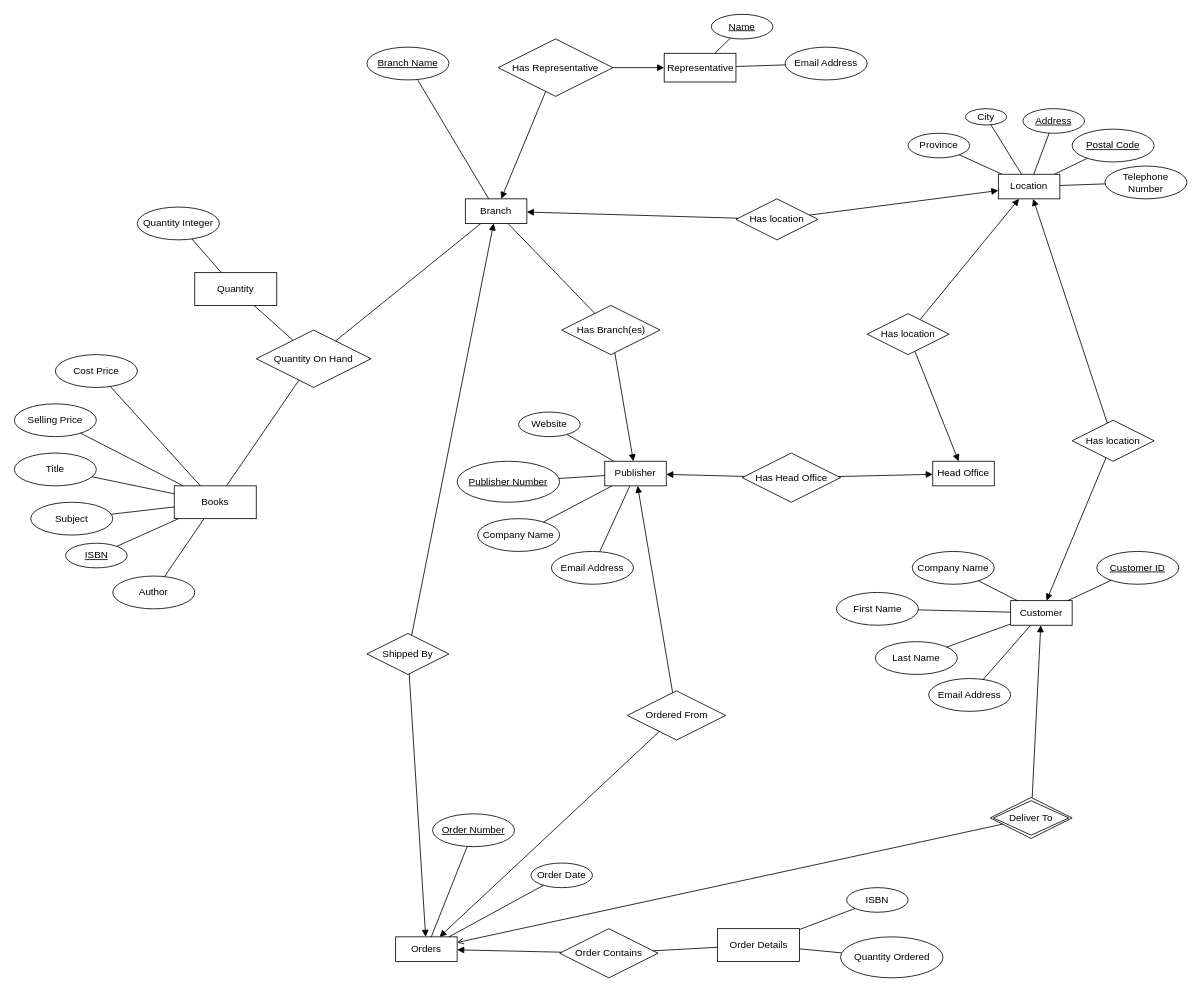
Above: ER-diagram.drawio in gordonpn/comp353-warmup-project (draw.io), before the change. Source tidied: cells renumbered, new cells numbered last; positions are measured from the earlier drawing's top-left corner, leaving out a move shared by most shapes. Both pictures are drawn from the tidied source at 82%, with x=0, y=0 at pixel (14, 14).
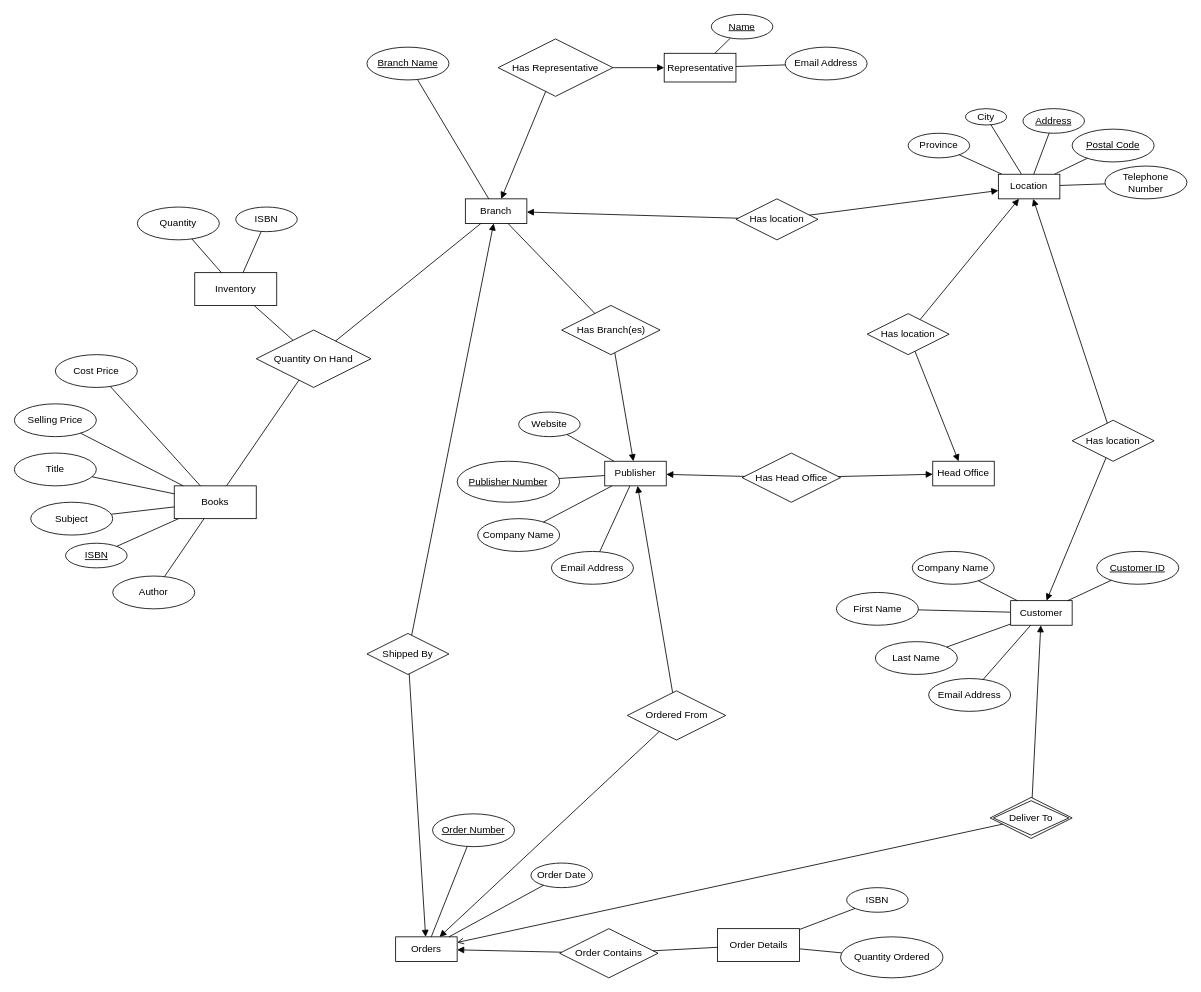
After the change.

Commit message (it also covers changes not shown here):
chore: add initial relational schema

Change to the diagram source:
```diff
@@
-    <mxCell id="96" value="Quantity" style="whiteSpace=wrap;html=1;align=center;" parent="1" vertex="1">
+    <mxCell id="96" value="Inventory" style="whiteSpace=wrap;html=1;align=center;" parent="1" vertex="1">
       <mxGeometry x="220" y="315" width="100" height="40" as="geometry" />
     </mxCell>
-    <mxCell id="97" value="Quantity Integer" style="ellipse;whiteSpace=wrap;html=1;align=center;" parent="1" vertex="1">
+    <mxCell id="97" value="Quantity" style="ellipse;whiteSpace=wrap;html=1;align=center;" parent="1" vertex="1">
       <mxGeometry x="150" y="235" width="100" height="40" as="geometry" />
     </mxCell>
@@
+    <mxCell id="102" value="ISBN" style="ellipse;whiteSpace=wrap;html=1;align=center;" parent="1" vertex="1">
+      <mxGeometry x="270" y="235" width="75" height="30" as="geometry" />
+    </mxCell>
+    <mxCell id="103" style="endArrow=none;html=1;" parent="1" edge="1" source="96" target="102">
+      <mxGeometry relative="1" as="geometry" />
+    </mxCell>
```
